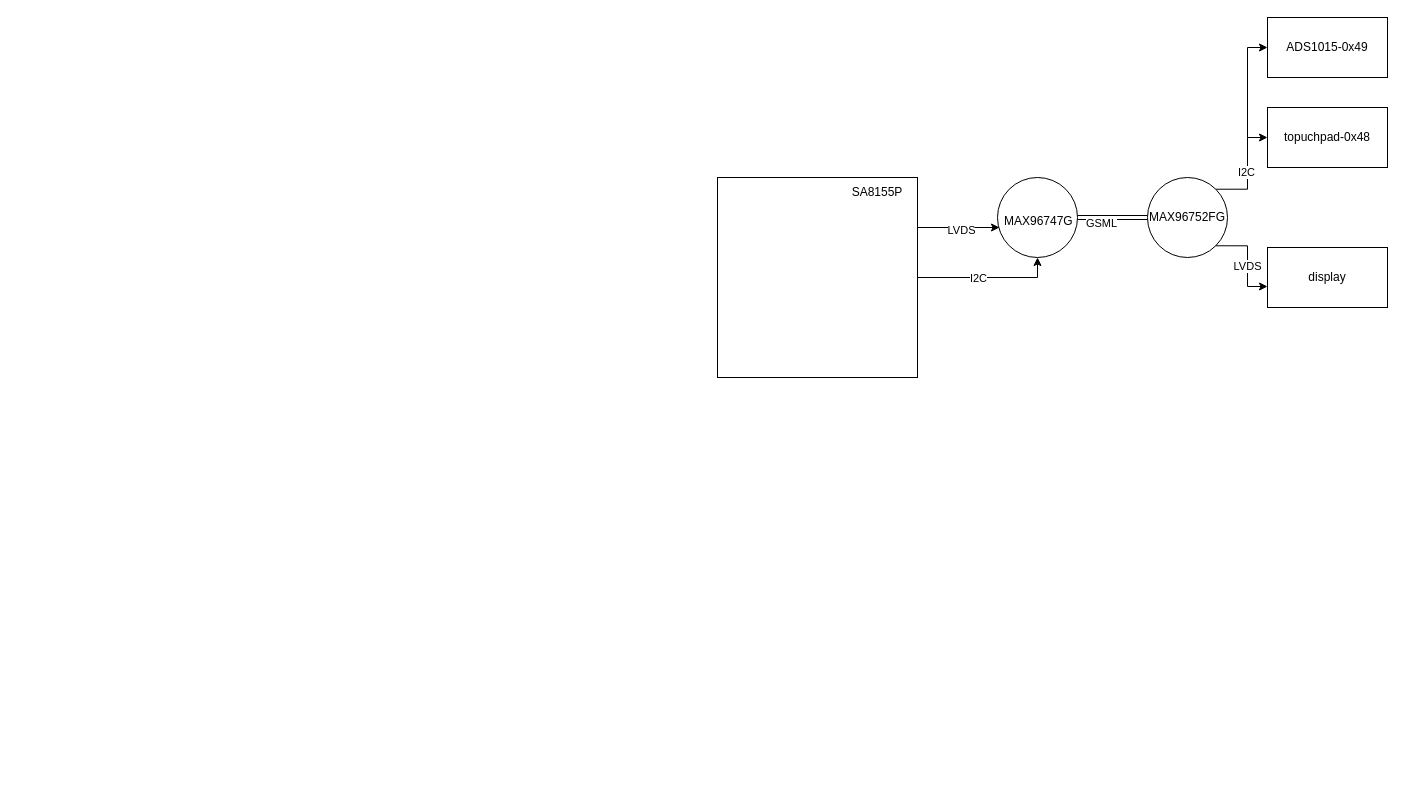
Earlier version of the draw.io diagram page "Page-2" (2 of 2) of display-arch.drawio (singledo/drawio-repo). Source tidied: cells renumbered, new cells numbered last; positions are measured from the earlier drawing's top-left corner, leaving out a move shared by most shapes. Both pictures are drawn from the tidied source at 100%, with x=0, y=0 at pixel (717, 17).
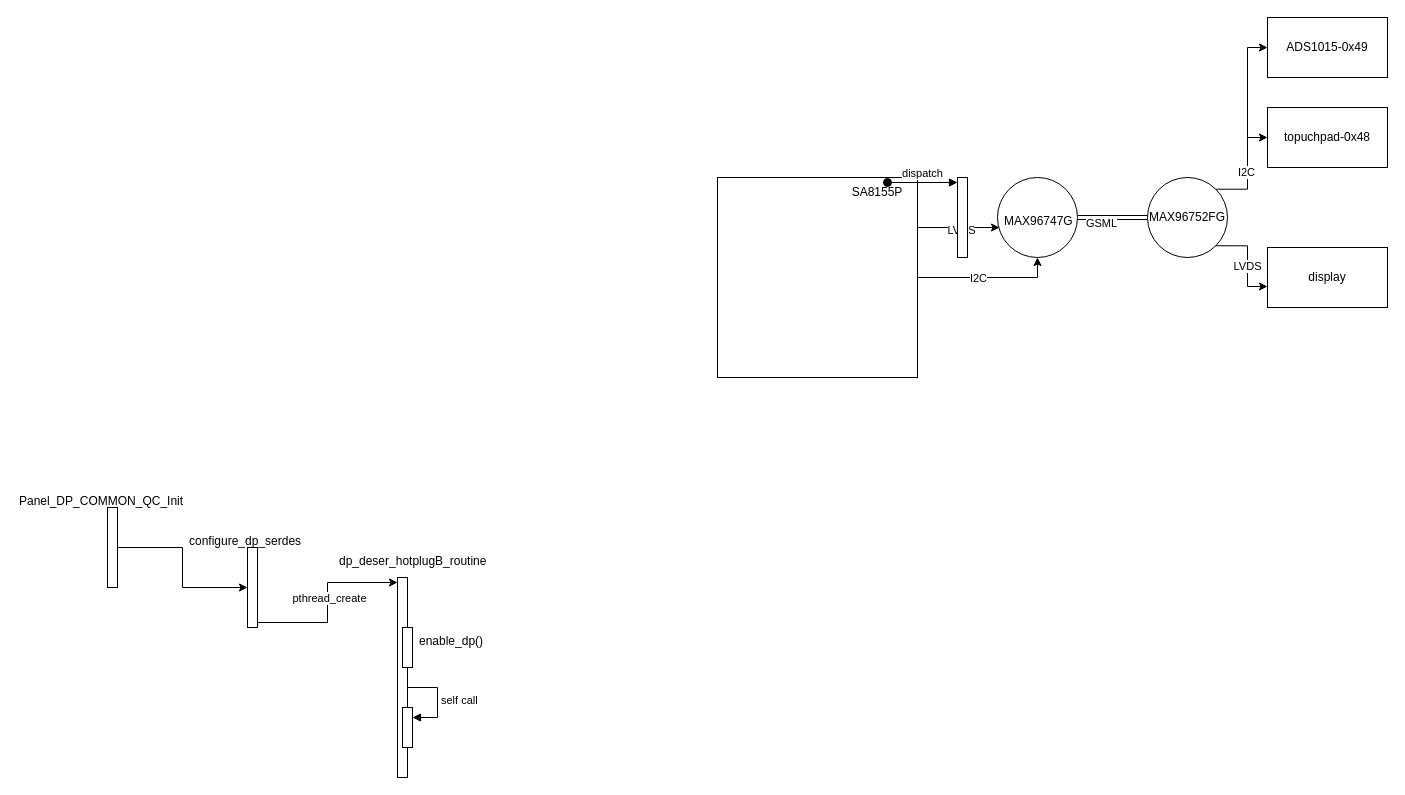
Above is the later version.

Change to the diagram source:
```diff
@@
+    <mxCell id="21" style="html=1;points=[[0,0,0,0,5],[0,1,0,0,-5],[1,0,0,0,5],[1,1,0,0,-5]];perimeter=orthogonalPerimeter;outlineConnect=0;targetShapes=umlLifeline;portConstraint=eastwest;newEdgeStyle={&quot;curved&quot;:0,&quot;rounded&quot;:0};" parent="1" vertex="1">
+      <mxGeometry x="240" y="160" width="10" height="80" as="geometry" />
+    </mxCell>
+    <mxCell id="22" value="dispatch" style="html=1;verticalAlign=bottom;startArrow=oval;endArrow=block;startSize=8;curved=0;rounded=0;entryX=0;entryY=0;entryDx=0;entryDy=5;" parent="1" edge="1" target="21">
+      <mxGeometry relative="1" as="geometry">
+        <mxPoint x="170" y="165" as="sourcePoint" />
+      </mxGeometry>
+    </mxCell>
+    <mxCell id="23" style="edgeStyle=orthogonalEdgeStyle;rounded=0;jettySize=auto;html=1;curved=0;" parent="1" edge="1" source="24" target="28">
+      <mxGeometry relative="1" as="geometry" />
+    </mxCell>
+    <mxCell id="24" style="html=1;points=[[0,0,0,0,5],[0,1,0,0,-5],[1,0,0,0,5],[1,1,0,0,-5]];perimeter=orthogonalPerimeter;outlineConnect=0;targetShapes=umlLifeline;portConstraint=eastwest;newEdgeStyle={&quot;curved&quot;:0,&quot;rounded&quot;:0};" parent="1" vertex="1">
+      <mxGeometry x="-610" y="490" width="10" height="80" as="geometry" />
+    </mxCell>
+    <mxCell id="25" value="Panel_DP_COMMON_QC_Init" style="text;whiteSpace=wrap;" parent="1" vertex="1">
+      <mxGeometry x="-700" y="470" width="200" height="40" as="geometry" />
+    </mxCell>
+    <mxCell id="26" style="edgeStyle=orthogonalEdgeStyle;rounded=0;jettySize=auto;html=1;curved=0;exitX=1;exitY=1;exitDx=0;exitDy=-5;exitPerimeter=0;entryX=0;entryY=0;entryDx=0;entryDy=5;entryPerimeter=0;" parent="1" edge="1" source="28" target="31">
+      <mxGeometry relative="1" as="geometry" />
+    </mxCell>
+    <mxCell id="27" value="pthread_create" style="edgeLabel;html=1;align=center;verticalAlign=middle;" parent="26" vertex="1">
+      <mxGeometry x="0.06" y="-1" relative="1" as="geometry" />
+    </mxCell>
+    <mxCell id="28" style="html=1;points=[[0,0,0,0,5],[0,1,0,0,-5],[1,0,0,0,5],[1,1,0,0,-5]];perimeter=orthogonalPerimeter;outlineConnect=0;targetShapes=umlLifeline;portConstraint=eastwest;newEdgeStyle={&quot;curved&quot;:0,&quot;rounded&quot;:0};" parent="1" vertex="1">
+      <mxGeometry x="-470" y="530" width="10" height="80" as="geometry" />
+    </mxCell>
+    <mxCell id="29" value="configure_dp_serdes" style="text;whiteSpace=wrap;" parent="1" vertex="1">
+      <mxGeometry x="-530" y="510" width="150" height="40" as="geometry" />
+    </mxCell>
+    <mxCell id="30" value="dp_deser_hotplugB_routine" style="text;whiteSpace=wrap;" parent="1" vertex="1">
+      <mxGeometry x="-380" y="530" width="180" height="40" as="geometry" />
+    </mxCell>
+    <mxCell id="31" style="html=1;points=[[0,0,0,0,5],[0,1,0,0,-5],[1,0,0,0,5],[1,1,0,0,-5]];perimeter=orthogonalPerimeter;outlineConnect=0;targetShapes=umlLifeline;portConstraint=eastwest;newEdgeStyle={&quot;curved&quot;:0,&quot;rounded&quot;:0};" parent="1" vertex="1">
+      <mxGeometry x="-320" y="560" width="10" height="200" as="geometry" />
+    </mxCell>
+    <mxCell id="32" style="html=1;perimeter=orthogonalPerimeter;targetShapes=umlLifeline;newEdgeStyle={&quot;curved&quot;:0,&quot;rounded&quot;:0};" parent="1" vertex="1">
+      <mxGeometry x="-315" y="610" width="10" height="40" as="geometry" />
+    </mxCell>
+    <mxCell id="33" value="enable_dp()" style="text;whiteSpace=wrap;" parent="1" vertex="1">
+      <mxGeometry x="-300" y="610" width="100" height="10" as="geometry" />
+    </mxCell>
+    <mxCell id="34" style="html=1;points=[[0,0,0,0,5],[0,1,0,0,-5],[1,0,0,0,5],[1,1,0,0,-5]];perimeter=orthogonalPerimeter;outlineConnect=0;targetShapes=umlLifeline;portConstraint=eastwest;newEdgeStyle={&quot;curved&quot;:0,&quot;rounded&quot;:0};" parent="1" vertex="1">
+      <mxGeometry x="-315" y="690" width="10" height="40" as="geometry" />
+    </mxCell>
+    <mxCell id="35" value="self call" style="html=1;align=left;spacingLeft=2;endArrow=block;rounded=0;edgeStyle=orthogonalEdgeStyle;curved=0;rounded=0;" parent="1" edge="1" target="34">
+      <mxGeometry relative="1" as="geometry">
+        <mxPoint x="-310" y="670" as="sourcePoint" />
+        <Array as="points">
+          <mxPoint x="-280" y="700" />
+        </Array>
+      </mxGeometry>
+    </mxCell>
```
